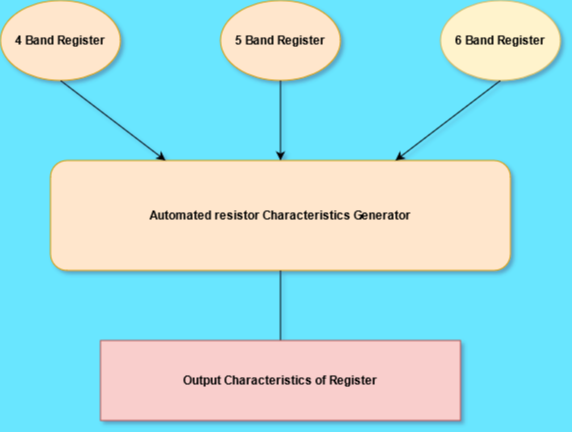
This is 1_Requirements/project.png from Ayush1146/Mini_Project, a draw.io export, as it was before one commit. Source tidied: cells renumbered, new cells last; positions are measured from the earlier drawing's top-left corner, leaving out a move shared by most shapes.
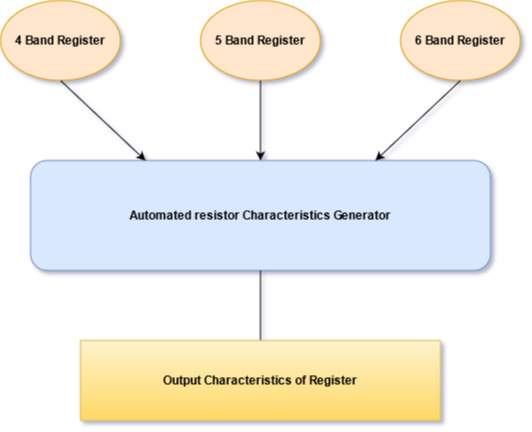
Above is the later version.

The edit, as a diff of the source:
```diff
@@ -1,17 +1,17 @@
-<mxGraphModel background="#69E6FF" shadow="1">
+<mxGraphModel background="#FFFFFF" shadow="1">
   <root>
     <mxCell id="0" />
     <mxCell id="1" parent="0" />
     <mxCell id="2" value="4 Band Register" style="ellipse;whiteSpace=wrap;html=1;fontStyle=1;fillColor=#ffe6cc;strokeColor=#d79b00;" parent="1" vertex="1">
-      <mxGeometry width="120" height="80" as="geometry" />
+      <mxGeometry x="20" width="120" height="80" as="geometry" />
     </mxCell>
     <mxCell id="3" value="5 Band Register" style="ellipse;whiteSpace=wrap;html=1;fontStyle=1;fillColor=#ffe6cc;strokeColor=#d79b00;" parent="1" vertex="1">
       <mxGeometry x="220" width="120" height="80" as="geometry" />
     </mxCell>
-    <mxCell id="4" value="6 Band Register" style="ellipse;whiteSpace=wrap;html=1;fontStyle=1;fillColor=#fff2cc;strokeColor=#d6b656;" parent="1" vertex="1">
-      <mxGeometry x="440" width="120" height="80" as="geometry" />
+    <mxCell id="4" value="6 Band Register" style="ellipse;whiteSpace=wrap;html=1;fontStyle=1;fillColor=#ffe6cc;strokeColor=#d79b00;" parent="1" vertex="1">
+      <mxGeometry x="420" width="120" height="80" as="geometry" />
     </mxCell>
-    <mxCell id="5" value="Automated resistor Characteristics Generator" style="rounded=1;whiteSpace=wrap;html=1;fontStyle=1;fillColor=#ffe6cc;strokeColor=#d79b00;" parent="1" vertex="1">
+    <mxCell id="5" value="Automated resistor Characteristics Generator" style="rounded=1;whiteSpace=wrap;html=1;fontStyle=1;fillColor=#dae8fc;strokeColor=#6c8ebf;" parent="1" vertex="1">
       <mxGeometry x="50" y="160" width="460" height="110" as="geometry" />
     </mxCell>
     <mxCell id="6" style="endArrow=classic;html=1;exitX=0.5;exitY=1;exitDx=0;exitDy=0;entryX=0.25;entryY=0;entryDx=0;entryDy=0;" parent="1" edge="1" source="2" target="5">
@@ -28,7 +28,7 @@
         <mxPoint x="280" y="360" as="targetPoint" />
       </mxGeometry>
     </mxCell>
-    <mxCell id="10" value="Output Characteristics of Register " style="rounded=0;whiteSpace=wrap;html=1;fontStyle=1;labelBackgroundColor=none;fillColor=#f8cecc;strokeColor=#b85450;" parent="1" vertex="1">
+    <mxCell id="10" value="Output Characteristics of Register " style="rounded=0;whiteSpace=wrap;html=1;fontStyle=1;labelBackgroundColor=none;fillColor=#fff2cc;strokeColor=#d6b656;gradientColor=#ffd966;" parent="1" vertex="1">
       <mxGeometry x="100" y="340" width="360" height="80" as="geometry" />
     </mxCell>
   </root>
```
